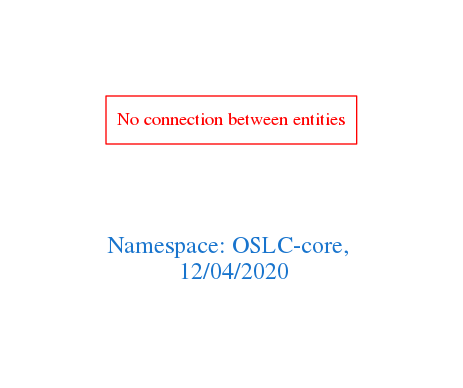
arago/OGIT keeps this Graphviz diagram as downloads/OSLC-core.png. Above is the earlier version. Its source is kept beside it as downloads/OSLC-core.dot.
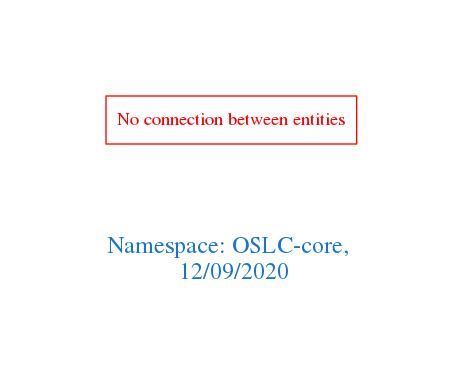
After the commit.

Change to the diagram source:
```diff
@@ -1,7 +1,7 @@
 digraph OGIT_ontology {
  graph [ rankdir= LR,pad=1
 fontsize = 18,
-fontcolor= dodgerblue3,label = "\n\n\nNamespace: OSLC-core, \n 12/04/2020"];
+fontcolor= dodgerblue3,label = "\n\n\nNamespace: OSLC-core, \n 12/09/2020"];
 node[shape=polygon];
 edge [  color="gray81"];
 
```
